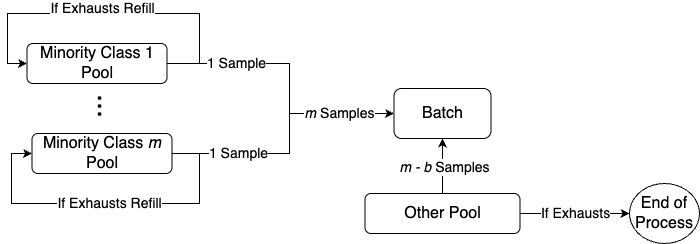
The draw.io diagram diagrams/Batch Organization.png in goksu-uzunturk/TS-Anomaly-Detection, before a commit. Source tidied: cells renumbered, new cells last; positions are measured from the earlier drawing's top-left corner, leaving out a move shared by most shapes.
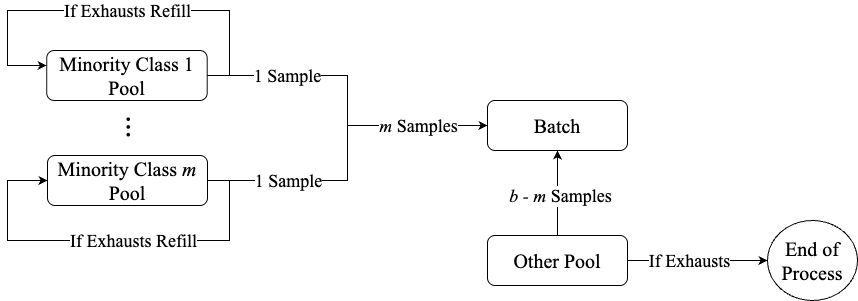
The same file after the commit.

What changed in the source:
```diff
@@ -1,99 +1,100 @@
-<mxGraphModel>
+<mxGraphModel background="#ffffff">
   <root>
     <mxCell id="0" />
     <mxCell id="1" parent="0" />
-    <mxCell id="2" value="&lt;font style=&quot;font-size: 16px;&quot;&gt;Batch&lt;/font&gt;" style="rounded=1;whiteSpace=wrap;html=1;" parent="1" vertex="1">
-      <mxGeometry x="386.5" y="75" width="97" height="50" as="geometry" />
-    </mxCell>
-    <mxCell id="3" value="&lt;font style=&quot;font-size: 16px;&quot;&gt;&lt;font style=&quot;&quot;&gt;End&amp;nbsp;&lt;/font&gt;&lt;span style=&quot;background-color: transparent; color: light-dark(rgb(0, 0, 0), rgb(255, 255, 255));&quot;&gt;of&lt;/span&gt;&lt;/font&gt;&lt;div&gt;&lt;div&gt;&lt;font style=&quot;font-size: 16px;&quot;&gt;Process&lt;/font&gt;&lt;/div&gt;&lt;/div&gt;" style="ellipse;whiteSpace=wrap;html=1;" parent="1" vertex="1">
-      <mxGeometry x="622" y="170" width="70" height="60" as="geometry" />
+    <mxCell id="3" value="&lt;font style=&quot;font-size: 20px;&quot;&gt;&lt;font style=&quot;&quot;&gt;End&amp;nbsp;&lt;/font&gt;&lt;span style=&quot;background-color: transparent; color: light-dark(rgb(0, 0, 0), rgb(255, 255, 255));&quot;&gt;of&lt;/span&gt;&lt;/font&gt;&lt;div&gt;&lt;div&gt;&lt;font style=&quot;font-size: 20px;&quot;&gt;Process&lt;/font&gt;&lt;/div&gt;&lt;/div&gt;" style="ellipse;whiteSpace=wrap;html=1;fontFamily=Times New Roman;" parent="1" vertex="1">
+      <mxGeometry x="702" y="200" width="90" height="80" as="geometry" />
     </mxCell>
-    <mxCell id="4" value="&lt;font style=&quot;font-size: 16px;&quot;&gt;Minority Class &lt;i style=&quot;&quot;&gt;m&lt;/i&gt; Pool&lt;/font&gt;" style="rounded=1;whiteSpace=wrap;html=1;" parent="1" vertex="1">
-      <mxGeometry x="24.5" y="120" width="140" height="40" as="geometry" />
-    </mxCell>
-    <mxCell id="5" style="edgeStyle=orthogonalEdgeStyle;rounded=0;jettySize=auto;html=1;exitX=1;exitY=0.5;exitDx=0;exitDy=0;entryX=0;entryY=0.5;entryDx=0;entryDy=0;" parent="1" edge="1" source="7" target="2">
+    <mxCell id="5" style="edgeStyle=orthogonalEdgeStyle;rounded=0;jettySize=auto;html=1;exitX=1;exitY=0.5;exitDx=0;exitDy=0;entryX=0;entryY=0.5;entryDx=0;entryDy=0;fontFamily=Times New Roman;" parent="1" edge="1" source="7" target="2">
       <mxGeometry relative="1" as="geometry">
         <Array as="points">
-          <mxPoint x="282" y="50" />
-          <mxPoint x="282" y="100" />
+          <mxPoint x="282" y="55" />
+          <mxPoint x="282" y="105" />
         </Array>
       </mxGeometry>
     </mxCell>
-    <mxCell id="6" value="&lt;font style=&quot;font-size: 14px;&quot;&gt;1 Sample&lt;/font&gt;" style="edgeLabel;html=1;align=center;verticalAlign=middle;" parent="5" vertex="1">
+    <mxCell id="6" value="&lt;font style=&quot;font-size: 18px;&quot;&gt;1 Sample&lt;/font&gt;" style="edgeLabel;html=1;align=center;verticalAlign=middle;fontFamily=Times New Roman;" parent="5" vertex="1">
       <mxGeometry x="-0.45" y="2" relative="1" as="geometry">
-        <mxPoint x="-7" y="2" as="offset" />
+        <mxPoint x="-12" y="2" as="offset" />
       </mxGeometry>
     </mxCell>
-    <mxCell id="7" value="&lt;font style=&quot;font-size: 16px;&quot;&gt;Minority Class 1 Pool&lt;/font&gt;" style="rounded=1;whiteSpace=wrap;html=1;" parent="1" vertex="1">
-      <mxGeometry x="19.5" y="30" width="140" height="40" as="geometry" />
+    <mxCell id="7" value="&lt;font style=&quot;font-size: 20px;&quot;&gt;Minority Class 1 Pool&lt;/font&gt;" style="rounded=1;whiteSpace=wrap;html=1;fontFamily=Times New Roman;" parent="1" vertex="1">
+      <mxGeometry x="-18.8" y="30" width="160.5" height="50" as="geometry" />
     </mxCell>
-    <mxCell id="8" value="&lt;span style=&quot;color: rgb(0, 0, 0); font-family: Helvetica; font-size: 29px; font-style: normal; font-variant-ligatures: normal; font-variant-caps: normal; font-weight: 400; letter-spacing: normal; orphans: 2; text-align: center; text-indent: 0px; text-transform: none; widows: 2; word-spacing: 0px; -webkit-text-stroke-width: 0px; white-space: nowrap; background-color: rgb(255, 255, 255); text-decoration-thickness: initial; text-decoration-style: initial; text-decoration-color: initial; display: inline !important; float: none;&quot;&gt;...&lt;/span&gt;" style="text;whiteSpace=wrap;html=1;rotation=90;" parent="1" vertex="1">
-      <mxGeometry x="78.2" y="65" width="32.5" height="60" as="geometry" />
+    <mxCell id="8" value="&lt;span style=&quot;color: rgb(0, 0, 0); font-style: normal; font-variant-ligatures: normal; font-variant-caps: normal; font-weight: 400; letter-spacing: normal; orphans: 2; text-align: center; text-indent: 0px; text-transform: none; widows: 2; word-spacing: 0px; -webkit-text-stroke-width: 0px; white-space: nowrap; background-color: rgb(255, 255, 255); text-decoration-thickness: initial; text-decoration-style: initial; text-decoration-color: initial; float: none; display: inline !important;&quot;&gt;&lt;font style=&quot;font-size: 31px;&quot;&gt;...&lt;/font&gt;&lt;/span&gt;" style="text;whiteSpace=wrap;html=1;rotation=90;fontFamily=Times New Roman;" parent="1" vertex="1">
+      <mxGeometry x="52" y="80" width="32.5" height="60" as="geometry" />
     </mxCell>
-    <mxCell id="9" style="edgeStyle=orthogonalEdgeStyle;rounded=0;orthogonalLoop=1;jettySize=auto;html=1;exitX=1;exitY=0.5;exitDx=0;exitDy=0;entryX=0;entryY=0.5;entryDx=0;entryDy=0;" parent="1" edge="1" source="7" target="7">
+    <mxCell id="9" style="edgeStyle=orthogonalEdgeStyle;rounded=0;jettySize=auto;html=1;exitX=1;exitY=0.5;exitDx=0;exitDy=0;entryX=0;entryY=0.5;entryDx=0;entryDy=0;fontFamily=Times New Roman;" parent="1" edge="1" source="7">
       <mxGeometry relative="1" as="geometry">
+        <mxPoint x="-18.8" y="44.9" as="targetPoint" />
         <Array as="points">
-          <mxPoint x="192" y="50" />
-          <mxPoint x="192" />
-          <mxPoint />
-          <mxPoint y="50" />
+          <mxPoint x="164" y="55" />
+          <mxPoint x="164" y="-10" />
+          <mxPoint x="-58" y="-10" />
+          <mxPoint x="-58" y="45" />
         </Array>
       </mxGeometry>
     </mxCell>
-    <mxCell id="10" value="&lt;font style=&quot;font-size: 14px;&quot;&gt;If Exhausts Refill&lt;/font&gt;" style="edgeLabel;html=1;align=center;verticalAlign=middle;fontSize=12;" parent="9" vertex="1">
+    <mxCell id="10" value="&lt;font style=&quot;font-size: 18px;&quot;&gt;If Exhausts Refill&lt;/font&gt;" style="edgeLabel;html=1;align=center;verticalAlign=middle;fontSize=16;fontFamily=Times New Roman;" parent="9" vertex="1">
       <mxGeometry x="-0.01" y="-1" relative="1" as="geometry">
-        <mxPoint x="-10" y="-4" as="offset" />
+        <mxPoint x="9" y="1" as="offset" />
       </mxGeometry>
     </mxCell>
-    <mxCell id="11" style="edgeStyle=orthogonalEdgeStyle;rounded=0;jettySize=auto;html=1;exitX=1;exitY=0.5;exitDx=0;exitDy=0;" parent="1" edge="1" source="15" target="3">
+    <mxCell id="11" style="edgeStyle=orthogonalEdgeStyle;rounded=0;jettySize=auto;html=1;exitX=1;exitY=0.5;exitDx=0;exitDy=0;fontFamily=Times New Roman;" parent="1" edge="1" source="15" target="3">
       <mxGeometry relative="1" as="geometry" />
     </mxCell>
-    <mxCell id="12" value="&lt;font style=&quot;font-size: 14px;&quot;&gt;If Exhausts&lt;/font&gt;" style="edgeLabel;html=1;align=center;verticalAlign=middle;" parent="11" vertex="1">
+    <mxCell id="12" value="&lt;font style=&quot;font-size: 18px;&quot;&gt;If Exhausts&lt;/font&gt;" style="edgeLabel;html=1;align=center;verticalAlign=middle;fontFamily=Times New Roman;" parent="11" vertex="1">
       <mxGeometry x="0.04" y="2" relative="1" as="geometry">
-        <mxPoint x="-2" y="2" as="offset" />
+        <mxPoint x="-12" y="2" as="offset" />
       </mxGeometry>
     </mxCell>
-    <mxCell id="13" style="edgeStyle=orthogonalEdgeStyle;rounded=0;jettySize=auto;html=1;exitX=0.5;exitY=0;exitDx=0;exitDy=0;" parent="1" edge="1" source="15" target="2">
+    <mxCell id="13" style="edgeStyle=orthogonalEdgeStyle;rounded=0;jettySize=auto;html=1;exitX=0.5;exitY=0;exitDx=0;exitDy=0;entryX=0.5;entryY=1;entryDx=0;entryDy=0;fontFamily=Times New Roman;" parent="1" edge="1" source="15" target="2">
       <mxGeometry relative="1" as="geometry" />
     </mxCell>
-    <mxCell id="14" value="&lt;font style=&quot;font-size: 14px;&quot;&gt;&lt;i&gt;m - b&lt;/i&gt; Samples&lt;/font&gt;" style="edgeLabel;html=1;align=center;verticalAlign=middle;fontSize=13;" parent="13" vertex="1">
+    <mxCell id="14" value="&lt;font style=&quot;font-size: 18px;&quot;&gt;&lt;i style=&quot;&quot;&gt;b - m&lt;/i&gt;&amp;nbsp;Samples&lt;/font&gt;" style="edgeLabel;html=1;align=center;verticalAlign=middle;fontSize=13;fontFamily=Times New Roman;" parent="13" vertex="1">
       <mxGeometry x="-0.05" y="-2" relative="1" as="geometry" />
     </mxCell>
-    <mxCell id="15" value="&lt;font style=&quot;font-size: 16px;&quot;&gt;Other Pool&lt;/font&gt;" style="rounded=1;whiteSpace=wrap;html=1;" parent="1" vertex="1">
-      <mxGeometry x="357.5" y="180" width="155" height="40" as="geometry" />
-    </mxCell>
-    <mxCell id="16" style="edgeStyle=orthogonalEdgeStyle;rounded=0;orthogonalLoop=1;jettySize=auto;html=1;exitX=1;exitY=0.5;exitDx=0;exitDy=0;entryX=0;entryY=0.5;entryDx=0;entryDy=0;" parent="1" edge="1" source="4" target="4">
-      <mxGeometry relative="1" as="geometry">
-        <Array as="points">
-          <mxPoint x="192" y="140" />
-          <mxPoint x="192" y="190" />
-          <mxPoint x="4" y="190" />
-          <mxPoint x="4" y="140" />
-        </Array>
-      </mxGeometry>
-    </mxCell>
-    <mxCell id="17" value="&lt;font style=&quot;font-size: 14px;&quot;&gt;If Exhausts Refill&lt;/font&gt;" style="edgeLabel;html=1;align=center;verticalAlign=middle;" parent="16" vertex="1">
-      <mxGeometry x="-0.16" y="-4" relative="1" as="geometry">
-        <mxPoint x="-27" y="4" as="offset" />
-      </mxGeometry>
-    </mxCell>
+    <mxCell id="2" value="&lt;font style=&quot;font-size: 20px;&quot;&gt;Batch&lt;/font&gt;" style="rounded=1;whiteSpace=wrap;html=1;fontFamily=Times New Roman;" parent="1" vertex="1">
+      <mxGeometry x="422" y="80" width="140" height="50" as="geometry" />
+    </mxCell>
-    <mxCell id="18" style="edgeStyle=orthogonalEdgeStyle;rounded=0;jettySize=auto;html=1;exitX=1;exitY=0.5;exitDx=0;exitDy=0;entryX=0;entryY=0.5;entryDx=0;entryDy=0;" parent="1" edge="1" source="4" target="2">
+    <mxCell id="18" style="edgeStyle=orthogonalEdgeStyle;rounded=0;jettySize=auto;html=1;exitX=1;exitY=0.5;exitDx=0;exitDy=0;entryX=0;entryY=0.5;entryDx=0;entryDy=0;fontFamily=Times New Roman;" parent="1" edge="1" source="4" target="2">
       <mxGeometry relative="1" as="geometry">
         <Array as="points">
-          <mxPoint x="282" y="140" />
-          <mxPoint x="282" y="100" />
+          <mxPoint x="282" y="160" />
+          <mxPoint x="282" y="105" />
         </Array>
       </mxGeometry>
     </mxCell>
-    <mxCell id="19" value="&lt;font style=&quot;font-size: 14px;&quot;&gt;1 Sample&lt;/font&gt;" style="edgeLabel;html=1;align=center;verticalAlign=middle;" parent="18" vertex="1">
-      <mxGeometry x="-0.46" y="2" relative="1" as="geometry">
-        <mxPoint x="-5" y="2" as="offset" />
+    <mxCell id="19" value="&lt;font style=&quot;font-size: 18px;&quot;&gt;1 Sample&lt;/font&gt;" style="edgeLabel;html=1;align=center;verticalAlign=middle;fontFamily=Times New Roman;" parent="18" vertex="1">
+      <mxGeometry x="-0.45" y="2" relative="1" as="geometry">
+        <mxPoint x="-13" y="2" as="offset" />
       </mxGeometry>
     </mxCell>
-    <mxCell id="20" value="&lt;font style=&quot;font-size: 14px;&quot;&gt;&lt;i style=&quot;&quot;&gt;m&lt;/i&gt; Samples&lt;/font&gt;" style="edgeLabel;html=1;align=center;verticalAlign=middle;" parent="18" vertex="1">
-      <mxGeometry x="0.54" relative="1" as="geometry">
-        <mxPoint x="4" as="offset" />
+    <mxCell id="20" value="&lt;font style=&quot;font-size: 18px;&quot;&gt;&lt;i style=&quot;&quot;&gt;m &lt;/i&gt;Samples&lt;/font&gt;" style="edgeLabel;html=1;align=center;verticalAlign=middle;fontFamily=Times New Roman;" parent="18" vertex="1">
+      <mxGeometry x="0.46" y="2" relative="1" as="geometry">
+        <mxPoint x="20" y="2" as="offset" />
       </mxGeometry>
     </mxCell>
+    <mxCell id="4" value="&lt;font style=&quot;font-size: 20px;&quot;&gt;Minority Class &lt;i style=&quot;&quot;&gt;m &lt;/i&gt;Pool&lt;/font&gt;" style="rounded=1;whiteSpace=wrap;html=1;fontFamily=Times New Roman;" parent="1" vertex="1">
+      <mxGeometry x="-18" y="135" width="160" height="50" as="geometry" />
+    </mxCell>
+    <mxCell id="16" style="edgeStyle=orthogonalEdgeStyle;rounded=0;orthogonalLoop=1;jettySize=auto;html=1;exitX=1;exitY=0.5;exitDx=0;exitDy=0;entryX=0;entryY=0.5;entryDx=0;entryDy=0;fontFamily=Times New Roman;" parent="1" edge="1" source="4" target="4">
+      <mxGeometry relative="1" as="geometry">
+        <Array as="points">
+          <mxPoint x="164" y="160" />
+          <mxPoint x="164" y="220" />
+          <mxPoint x="-58" y="220" />
+          <mxPoint x="-58" y="160" />
+        </Array>
+      </mxGeometry>
+    </mxCell>
+    <mxCell id="17" value="&lt;font style=&quot;font-size: 18px;&quot;&gt;If Exhausts Refill&lt;/font&gt;" style="edgeLabel;html=1;align=center;verticalAlign=middle;fontSize=16;fontFamily=Times New Roman;" parent="16" vertex="1">
+      <mxGeometry x="-0.01" y="-1" relative="1" as="geometry">
+        <mxPoint x="20" y="1" as="offset" />
+      </mxGeometry>
+    </mxCell>
+    <mxCell id="15" value="&lt;font style=&quot;font-size: 20px;&quot;&gt;Other Pool&lt;/font&gt;" style="rounded=1;whiteSpace=wrap;html=1;fontFamily=Times New Roman;" parent="1" vertex="1">
+      <mxGeometry x="422" y="215" width="140" height="50" as="geometry" />
+    </mxCell>
   </root>
 </mxGraphModel>
```
